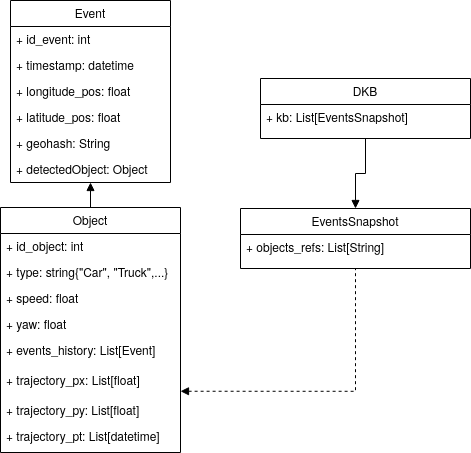
class-euproject/dataclay-class keeps this draw.io diagram as imgs/class-dataclay-model.png. Above is the earlier version. Source tidied: cells renumbered, new cells last; positions are measured from the earlier drawing's top-left corner, leaving out a move shared by most shapes. Its diagram source:
```xml
<mxGraphModel>
  <root>
    <mxCell id="0" />
    <mxCell id="1" parent="0" />
    <mxCell id="2" style="edgeStyle=orthogonalEdgeStyle;rounded=0;jettySize=auto;html=1;exitX=0.5;exitY=1;exitDx=0;exitDy=0;entryX=0.5;entryY=0;entryDx=0;entryDy=0;startArrow=block;startFill=1;endArrow=none;endFill=0;" parent="1" edge="1" source="3" target="11">
      <mxGeometry relative="1" as="geometry" />
    </mxCell>
    <mxCell id="3" value="Event" style="swimlane;fontStyle=0;align=center;verticalAlign=top;horizontal=1;startSize=26;rounded=0;shadow=0;strokeWidth=1;" parent="1" vertex="1">
      <mxGeometry x="10" width="160" height="182" as="geometry" />
    </mxCell>
    <mxCell id="4" value="+ id_event: int" style="text;align=left;verticalAlign=top;spacingLeft=4;spacingRight=4;overflow=hidden;" parent="3" vertex="1">
      <mxGeometry y="26" width="160" height="26" as="geometry" />
    </mxCell>
    <mxCell id="5" value="+ timestamp: datetime" style="text;align=left;verticalAlign=top;spacingLeft=4;spacingRight=4;overflow=hidden;" parent="3" vertex="1">
      <mxGeometry y="52" width="160" height="26" as="geometry" />
    </mxCell>
    <mxCell id="6" value="+ longitude_pos: float" style="text;align=left;verticalAlign=top;spacingLeft=4;spacingRight=4;overflow=hidden;" parent="3" vertex="1">
      <mxGeometry y="78" width="160" height="26" as="geometry" />
    </mxCell>
    <mxCell id="7" value="+ latitude_pos: float" style="text;align=left;verticalAlign=top;spacingLeft=4;spacingRight=4;overflow=hidden;" parent="3" vertex="1">
      <mxGeometry y="104" width="160" height="26" as="geometry" />
    </mxCell>
    <mxCell id="8" value="+ geohash: String" style="text;align=left;verticalAlign=top;spacingLeft=4;spacingRight=4;overflow=hidden;" parent="3" vertex="1">
      <mxGeometry y="130" width="160" height="26" as="geometry" />
    </mxCell>
    <mxCell id="9" value="+ detectedObject: Object" style="text;align=left;verticalAlign=top;spacingLeft=4;spacingRight=4;overflow=hidden;" parent="3" vertex="1">
      <mxGeometry y="156" width="160" height="26" as="geometry" />
    </mxCell>
    <mxCell id="10" style="edgeStyle=orthogonalEdgeStyle;rounded=0;jettySize=auto;html=1;exitX=1;exitY=0.75;exitDx=0;exitDy=0;startArrow=block;startFill=1;endArrow=none;endFill=0;dashed=1;entryX=0.5;entryY=1;entryDx=0;entryDy=0;" parent="1" edge="1" source="11" target="21">
      <mxGeometry relative="1" as="geometry" />
    </mxCell>
    <mxCell id="11" value="Object" style="swimlane;fontStyle=0;align=center;verticalAlign=top;horizontal=1;startSize=26;rounded=0;shadow=0;strokeWidth=1;" parent="1" vertex="1">
      <mxGeometry y="207" width="180" height="245" as="geometry" />
    </mxCell>
    <mxCell id="12" value="+ id_object: int" style="text;align=left;verticalAlign=top;spacingLeft=4;spacingRight=4;overflow=hidden;" parent="11" vertex="1">
      <mxGeometry y="26" width="180" height="26" as="geometry" />
    </mxCell>
    <mxCell id="13" value="+ type: string{&quot;Car&quot;, &quot;Truck&quot;,...}" style="text;align=left;verticalAlign=top;spacingLeft=4;spacingRight=4;overflow=hidden;" parent="11" vertex="1">
      <mxGeometry y="52" width="180" height="26" as="geometry" />
    </mxCell>
    <mxCell id="14" value="+ speed: float" style="text;align=left;verticalAlign=top;spacingLeft=4;spacingRight=4;overflow=hidden;" parent="11" vertex="1">
      <mxGeometry y="78" width="180" height="26" as="geometry" />
    </mxCell>
    <mxCell id="15" value="+ yaw: float" style="text;align=left;verticalAlign=top;spacingLeft=4;spacingRight=4;overflow=hidden;" parent="11" vertex="1">
      <mxGeometry y="104" width="180" height="26" as="geometry" />
    </mxCell>
    <mxCell id="16" value="+ events_history: List[Event]" style="text;align=left;verticalAlign=top;spacingLeft=4;spacingRight=4;overflow=hidden;" parent="11" vertex="1">
      <mxGeometry y="130" width="180" height="30" as="geometry" />
    </mxCell>
    <mxCell id="17" value="+ trajectory_px: List[float]" style="text;align=left;verticalAlign=top;spacingLeft=4;spacingRight=4;overflow=hidden;" parent="11" vertex="1">
      <mxGeometry y="160" width="180" height="30" as="geometry" />
    </mxCell>
    <mxCell id="18" value="+ trajectory_py: List[float]" style="text;align=left;verticalAlign=top;spacingLeft=4;spacingRight=4;overflow=hidden;" parent="11" vertex="1">
      <mxGeometry y="190" width="180" height="26" as="geometry" />
    </mxCell>
    <mxCell id="19" value="+ trajectory_pt: List[datetime]" style="text;align=left;verticalAlign=top;spacingLeft=4;spacingRight=4;overflow=hidden;" parent="11" vertex="1">
      <mxGeometry y="216" width="180" height="26" as="geometry" />
    </mxCell>
    <mxCell id="20" style="edgeStyle=orthogonalEdgeStyle;rounded=0;jettySize=auto;html=1;exitX=0.5;exitY=1;exitDx=0;exitDy=0;entryX=0.5;entryY=0;entryDx=0;entryDy=0;startArrow=none;startFill=0;endArrow=block;endFill=1;" parent="1" edge="1" source="23" target="21">
      <mxGeometry relative="1" as="geometry" />
    </mxCell>
    <mxCell id="21" value="EventsSnapshot" style="swimlane;fontStyle=0;align=center;verticalAlign=top;horizontal=1;startSize=26;rounded=0;shadow=0;strokeWidth=1;" parent="1" vertex="1">
      <mxGeometry x="240" y="208" width="230" height="60" as="geometry" />
    </mxCell>
    <mxCell id="22" value="+ objects_refs: List[String]&#10;" style="text;align=left;verticalAlign=top;spacingLeft=4;spacingRight=4;overflow=hidden;" parent="21" vertex="1">
      <mxGeometry y="26" width="230" height="26" as="geometry" />
    </mxCell>
    <mxCell id="23" value="DKB" style="swimlane;fontStyle=0;align=center;verticalAlign=top;horizontal=1;startSize=26;rounded=0;shadow=0;strokeWidth=1;" parent="1" vertex="1">
      <mxGeometry x="260" y="78" width="210" height="60" as="geometry" />
    </mxCell>
    <mxCell id="24" value="+ kb: List[EventsSnapshot]" style="text;align=left;verticalAlign=top;spacingLeft=4;spacingRight=4;overflow=hidden;rounded=0;shadow=0;html=0;" parent="23" vertex="1">
      <mxGeometry y="26" width="210" height="26" as="geometry" />
    </mxCell>
  </root>
</mxGraphModel>
```
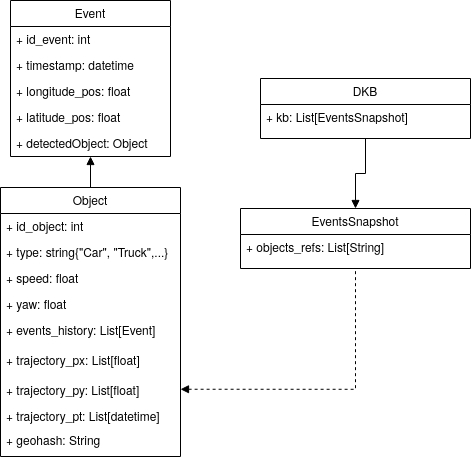
After the change.

Commit message:
Image updated with correct UML model. Geohash attribute moved from Event class to Object class

The edit, as a diff of the source:
```diff
@@ -6,7 +6,7 @@
       <mxGeometry relative="1" as="geometry" />
     </mxCell>
     <mxCell id="3" value="Event" style="swimlane;fontStyle=0;align=center;verticalAlign=top;horizontal=1;startSize=26;rounded=0;shadow=0;strokeWidth=1;" parent="1" vertex="1">
-      <mxGeometry x="10" width="160" height="182" as="geometry" />
+      <mxGeometry x="10" width="160" height="156" as="geometry" />
     </mxCell>
     <mxCell id="4" value="+ id_event: int" style="text;align=left;verticalAlign=top;spacingLeft=4;spacingRight=4;overflow=hidden;" parent="3" vertex="1">
       <mxGeometry y="26" width="160" height="26" as="geometry" />
@@ -20,17 +20,14 @@
     <mxCell id="7" value="+ latitude_pos: float" style="text;align=left;verticalAlign=top;spacingLeft=4;spacingRight=4;overflow=hidden;" parent="3" vertex="1">
       <mxGeometry y="104" width="160" height="26" as="geometry" />
     </mxCell>
-    <mxCell id="8" value="+ geohash: String" style="text;align=left;verticalAlign=top;spacingLeft=4;spacingRight=4;overflow=hidden;" parent="3" vertex="1">
-      <mxGeometry y="130" width="160" height="26" as="geometry" />
-    </mxCell>
     <mxCell id="9" value="+ detectedObject: Object" style="text;align=left;verticalAlign=top;spacingLeft=4;spacingRight=4;overflow=hidden;" parent="3" vertex="1">
-      <mxGeometry y="156" width="160" height="26" as="geometry" />
+      <mxGeometry y="130" width="160" height="26" as="geometry" />
     </mxCell>
     <mxCell id="10" style="edgeStyle=orthogonalEdgeStyle;rounded=0;jettySize=auto;html=1;exitX=1;exitY=0.75;exitDx=0;exitDy=0;startArrow=block;startFill=1;endArrow=none;endFill=0;dashed=1;entryX=0.5;entryY=1;entryDx=0;entryDy=0;" parent="1" edge="1" source="11" target="21">
       <mxGeometry relative="1" as="geometry" />
     </mxCell>
     <mxCell id="11" value="Object" style="swimlane;fontStyle=0;align=center;verticalAlign=top;horizontal=1;startSize=26;rounded=0;shadow=0;strokeWidth=1;" parent="1" vertex="1">
-      <mxGeometry y="207" width="180" height="245" as="geometry" />
+      <mxGeometry y="187" width="180" height="269" as="geometry" />
     </mxCell>
     <mxCell id="12" value="+ id_object: int" style="text;align=left;verticalAlign=top;spacingLeft=4;spacingRight=4;overflow=hidden;" parent="11" vertex="1">
       <mxGeometry y="26" width="180" height="26" as="geometry" />
@@ -54,8 +51,11 @@
       <mxGeometry y="190" width="180" height="26" as="geometry" />
     </mxCell>
     <mxCell id="19" value="+ trajectory_pt: List[datetime]" style="text;align=left;verticalAlign=top;spacingLeft=4;spacingRight=4;overflow=hidden;" parent="11" vertex="1">
-      <mxGeometry y="216" width="180" height="26" as="geometry" />
+      <mxGeometry y="216" width="180" height="24" as="geometry" />
     </mxCell>
+    <mxCell id="8" value="+ geohash: String" style="text;align=left;verticalAlign=top;spacingLeft=4;spacingRight=4;overflow=hidden;" parent="11" vertex="1">
+      <mxGeometry y="240" width="180" height="26" as="geometry" />
+    </mxCell>
     <mxCell id="20" style="edgeStyle=orthogonalEdgeStyle;rounded=0;jettySize=auto;html=1;exitX=0.5;exitY=1;exitDx=0;exitDy=0;entryX=0.5;entryY=0;entryDx=0;entryDy=0;startArrow=none;startFill=0;endArrow=block;endFill=1;" parent="1" edge="1" source="23" target="21">
       <mxGeometry relative="1" as="geometry" />
     </mxCell>
```
